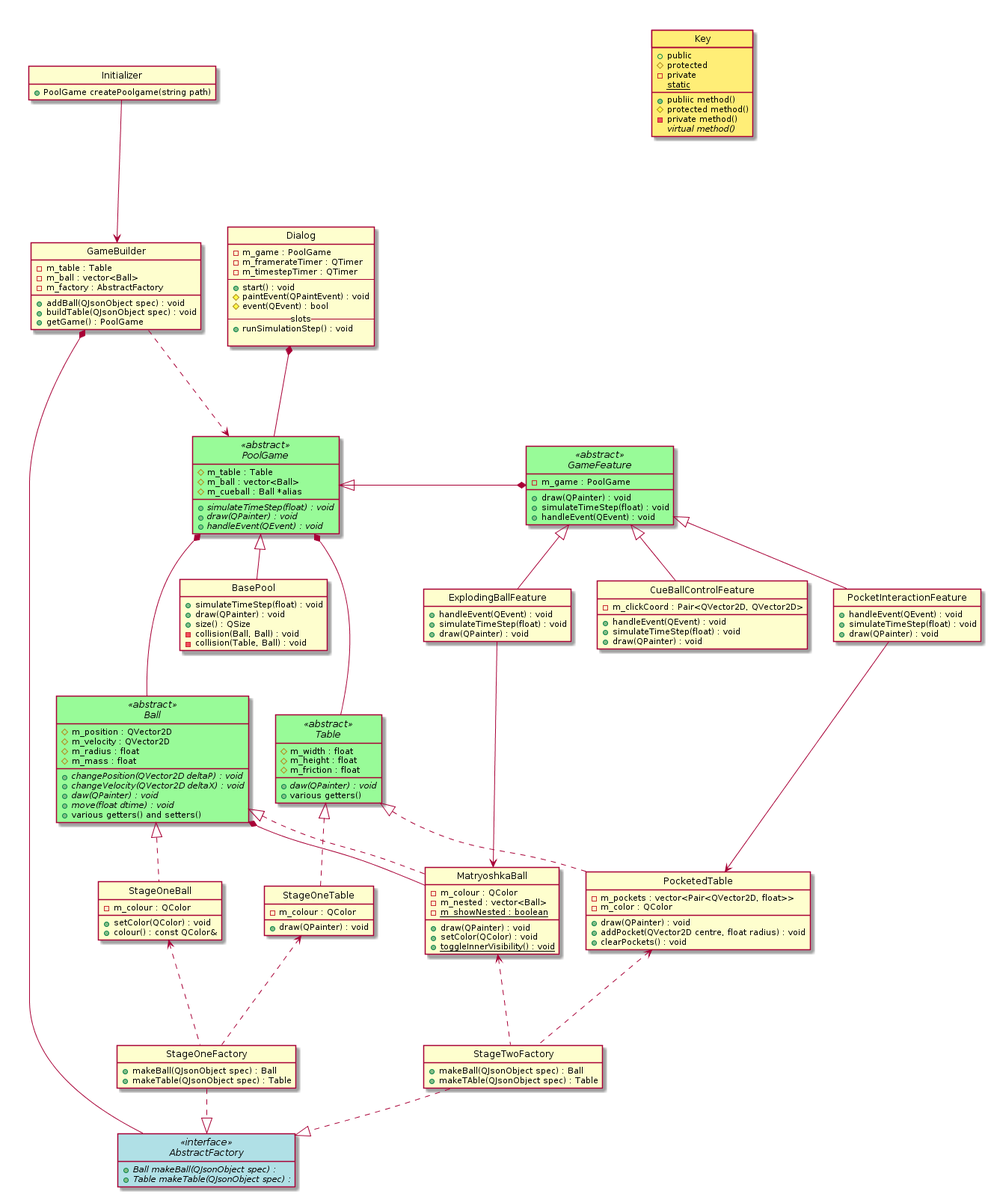
KittenHero/QtPoolGame keeps this PlantUML diagram as newclass.png. Above is the earlier version.
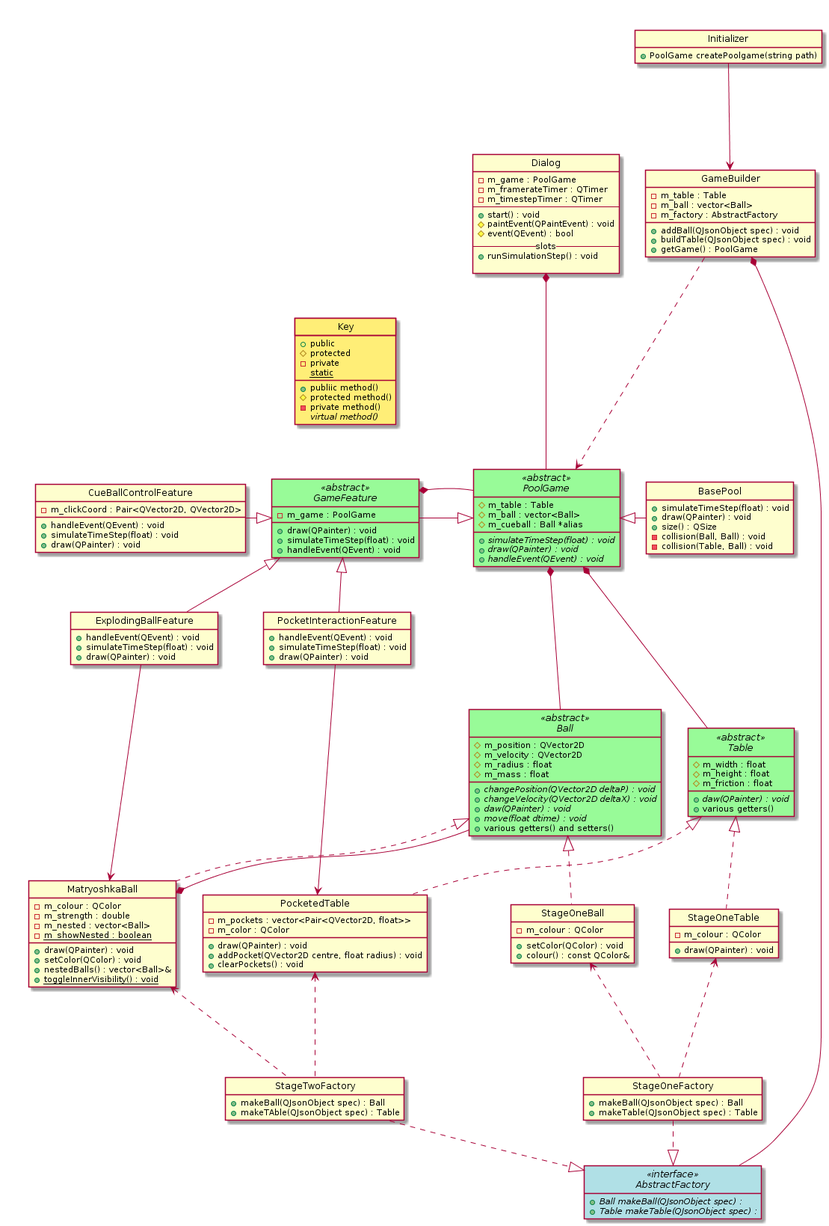
The same file after the commit.

Commit message:
slight improvement

Change to the diagram source:
```diff
@@ -1,5 +1,69 @@
 @startuml
 together {
+    class Dialog {
+        -m_game : PoolGame
+        -m_framerateTimer : QTimer
+        -m_timestepTimer : QTimer
+        --
+        +start() : void
+        #paintEvent(QPaintEvent) : void
+        #event(QEvent) : bool
+        --slots--
+        +runSimulationStep() : void
+
+    }
+
+    abstract PoolGame <<abstract>> {
+        #m_table : Table
+        #m_ball : vector<Ball>
+        #m_cueball : Ball *alias
+        +{abstract} simulateTimeStep(float) : void
+        +{abstract} draw(QPainter) : void
+        +{abstract} handleEvent(QEvent) : void
+    }
+
+    abstract class Ball <<abstract>> {
+        #m_position : QVector2D
+        #m_velocity : QVector2D
+        #m_radius : float
+        #m_mass : float
+
+        +{abstract} changePosition(QVector2D deltaP) : void
+        +{abstract} changeVelocity(QVector2D deltaX) : void
+        +{abstract} daw(QPainter) : void
+        +{abstract} move(float dtime) : void
+        +various getters() and setters()
+    }
+
+    abstract class Table <<abstract>> {
+        #m_width : float
+        #m_height : float
+        #m_friction : float
+
+        +{abstract} daw(QPainter) : void
+        +various getters()
+    }
+
+    class BasePool {
+        +simulateTimeStep(float) : void
+        +draw(QPainter) : void
+        +size() : QSize
+        -collision(Ball, Ball) : void
+        -collision(Table, Ball) : void
+    }
+
+    class StageOneBall {
+        -m_colour : QColor
+        +setColor(QColor) : void
+        +colour() : const QColor&
+    }
+
+    class StageOneTable {
+        -m_colour : QColor
+        +draw(QPainter) : void
+    }
+
+
     class Initializer {
         +PoolGame createPoolgame(string path)
     }
@@ -24,78 +88,10 @@
         +makeTable(QJsonObject spec) : Table
     }
 
-    class Dialog {
-        -m_game : PoolGame
-        -m_framerateTimer : QTimer
-        -m_timestepTimer : QTimer
-        --
-        +start() : void
-        #paintEvent(QPaintEvent) : void
-        #event(QEvent) : bool
-        --slots--
-        +runSimulationStep() : void
-
-    }
-
-    abstract PoolGame <<abstract>> {
-        #m_table : Table
-        #m_ball : vector<Ball>
-        #m_cueball : Ball *alias
-        +{abstract} simulateTimeStep(float) : void
-        +{abstract} draw(QPainter) : void
-        +{abstract} handleEvent(QEvent) : void
-    }
-
-    class BasePool {
-        +simulateTimeStep(float) : void
-        +draw(QPainter) : void
-        +size() : QSize
-        -collision(Ball, Ball) : void
-        -collision(Table, Ball) : void
-    }
-
-    abstract class Ball <<abstract>> {
-        #m_position : QVector2D
-        #m_velocity : QVector2D
-        #m_radius : float
-        #m_mass : float
-
-        +{abstract} changePosition(QVector2D deltaP) : void
-        +{abstract} changeVelocity(QVector2D deltaX) : void
-        +{abstract} daw(QPainter) : void
-        +{abstract} move(float dtime) : void
-        +various getters() and setters()
-    }
-
-    abstract class Table <<abstract>> {
-        #m_width : float
-        #m_height : float
-        #m_friction : float
-
-        +{abstract} daw(QPainter) : void
-        +various getters()
-    }
-
-    class StageOneBall {
-        -m_colour : QColor
-        +setColor(QColor) : void
-        +colour() : const QColor&
-    }
-
-
-    class StageOneTable {
-        -m_colour : QColor
-        +draw(QPainter) : void
-    }
 
 }
 
 together {
-
-    class StageTwoFactory {
-        + makeBall(QJsonObject spec) : Ball
-        + makeTAble(QJsonObject spec) : Table
-    }
 
     abstract GameFeature <<abstract>> {
         -m_game : PoolGame
@@ -125,11 +121,13 @@
 
     class MatryoshkaBall {
         -m_colour : QColor
+        -m_strength : double
         -m_nested : vector<Ball>
         -{static} m_showNested : boolean
 
         +draw(QPainter) : void
         +setColor(QColor) : void
+        +nestedBalls() : vector<Ball>&
         +{static} toggleInnerVisibility() : void
     }
 
@@ -141,32 +139,36 @@
         +addPocket(QVector2D centre, float radius) : void
         +clearPockets() : void
     }
+    class StageTwoFactory {
+        + makeBall(QJsonObject spec) : Ball
+        + makeTAble(QJsonObject spec) : Table
+    }
 }
 
 Initializer                 --->    GameBuilder
 
 Dialog                      *---    PoolGame
+PoolGame                    *---    Ball
 PoolGame                    *---    Table
-PoolGame                    *---    Ball
 
+PoolGame                    <|-r    BasePool
 PoolGame                    <|--    GameFeature
-PoolGame                    <|--    BasePool
+PoolGame                    -r-*    GameFeature
 
-GameFeature                 *---    PoolGame
-GameFeature                 <|--    CueBallControlFeature
+GameFeature                 <|-l    CueBallControlFeature
 GameFeature                 <|--    PocketInteractionFeature
 GameFeature                 <|--    ExplodingBallFeature
 
+Ball                        <|..    StageOneBall
+Ball                        <|..    MatryoshkaBall
+Ball                        ---*    MatryoshkaBall
 Table                       <|..    StageOneTable
 Table                       <|..    PocketedTable
-Ball                        <|..    StageOneBall
-Ball                        <|..    MatryoshkaBall
-MatryoshkaBall              ---*    Ball
 
 ExplodingBallFeature        --->    MatryoshkaBall
 PocketInteractionFeature    --->    PocketedTable
 
-AbstractFactory             ---*    GameBuilder
+GameBuilder                 *---    AbstractFactory
 GameBuilder                 ...>    PoolGame
 
 StageOneFactory             ..|>    AbstractFactory
@@ -177,18 +179,19 @@
 
 PocketedTable               <...    StageTwoFactory
 MatryoshkaBall              <...    StageTwoFactory
-together {
-    class Key #ffee77 {
-    	+public
-    	#protected
-    	-private
-    	+publiic method()
-    	#protected method()
-    	-private method()
-    	{abstract} virtual method()
-    	{static} static
-    }
+
+class Key #ffee77 {
+	+public
+	#protected
+	-private
+	+publiic method()
+	#protected method()
+	-private method()
+	{abstract} virtual method()
+	{static} static
 }
+
+Key -[hidden]- GameFeature
 
 skinparam Class {
 	BackgroundColor<<abstract>> PaleGreen
```
